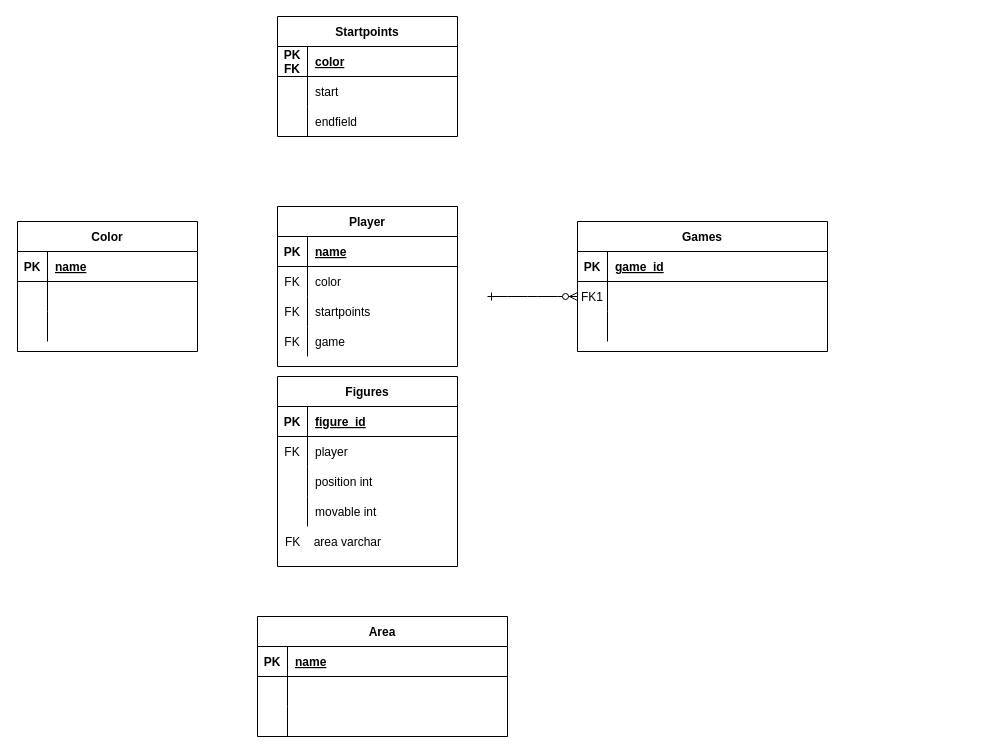
Before: ERM.drawio in Derpzz/SPE-MAD, a draw.io diagram. Source tidied: cells renumbered, new cells numbered last; positions are measured from the earlier drawing's top-left corner, leaving out a move shared by most shapes. Both pictures are drawn from the tidied source at 100%, with x=0, y=0 at pixel (17, 16).
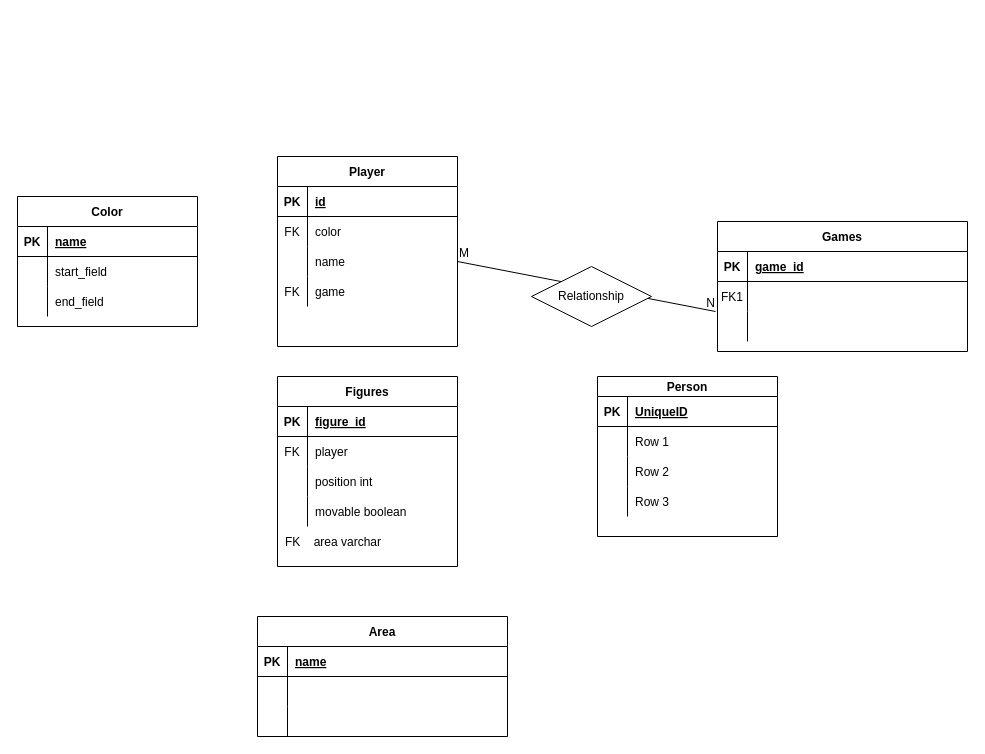
The same diagram, later.

The change refers to these unchanged cells:
```xml
<mxCell id="7" style="shape=partialRectangle;fillColor=none;points=[[0,0.5],[1,0.5]];portConstraint=eastwest;top=0;left=0;right=0;bottom=0;" parent="3" vertex="1">
  <mxGeometry y="60" width="250" height="30" as="geometry" />
</mxCell>
<mxCell id="10" style="shape=partialRectangle;fillColor=none;points=[[0,0.5],[1,0.5]];portConstraint=eastwest;top=0;left=0;right=0;bottom=0;" parent="3" vertex="1">
  <mxGeometry y="90" width="250" height="30" as="geometry" />
</mxCell>
<mxCell id="24" style="shape=tableRow;horizontal=0;startSize=0;swimlaneHead=0;swimlaneBody=0;fillColor=none;top=0;left=0;right=0;bottom=1;" parent="23" vertex="1">
  <mxGeometry y="30" width="180" height="30" as="geometry" />
</mxCell>
<mxCell id="30" style="shape=tableRow;horizontal=0;startSize=0;swimlaneHead=0;swimlaneBody=0;fillColor=none;points=[[0,0.5],[1,0.5]];portConstraint=eastwest;top=0;left=0;right=0;bottom=0;" parent="23" vertex="1">
  <mxGeometry y="90" width="180" height="30" as="geometry" />
</mxCell>
<mxCell id="40" style="shape=tableRow;horizontal=0;startSize=0;swimlaneHead=0;swimlaneBody=0;fillColor=none;top=0;left=0;right=0;bottom=0;" parent="36" vertex="1">
  <mxGeometry y="60" width="180" height="30" as="geometry" />
</mxCell>
<mxCell id="43" style="shape=tableRow;horizontal=0;startSize=0;swimlaneHead=0;swimlaneBody=0;fillColor=none;top=0;left=0;right=0;bottom=0;" parent="36" vertex="1">
  <mxGeometry y="90" width="180" height="30" as="geometry" />
</mxCell>
<mxCell id="67" style="shape=tableRow;horizontal=0;startSize=0;swimlaneHead=0;swimlaneBody=0;fillColor=none;top=0;left=0;right=0;bottom=0;" parent="57" vertex="1">
  <mxGeometry y="120" width="180" height="30" as="geometry" />
</mxCell>
```

Diff of the diagram source:
```diff
@@
-    <mxCell id="2" style="edgeStyle=entityRelationEdgeStyle;endArrow=ERzeroToMany;startArrow=ERone;endFill=1;startFill=0;" parent="1" edge="1" target="7">
-      <mxGeometry relative="1" as="geometry">
-        <mxPoint x="470" y="280" as="sourcePoint" />
-      </mxGeometry>
-    </mxCell>
     <mxCell id="3" value="Games" style="shape=table;startSize=30;childLayout=tableLayout;rowLines=0;fontStyle=1;align=center;" parent="1" vertex="1">
-      <mxGeometry x="560" y="205" width="250" height="130" as="geometry" />
+      <mxGeometry x="700" y="205" width="250" height="130" as="geometry" />
     </mxCell>
@@
     <mxCell id="23" value="Player" style="shape=table;startSize=30;childLayout=tableLayout;rowLines=0;fontStyle=1;align=center;" parent="1" vertex="1">
-      <mxGeometry x="260" y="190" width="180" height="160" as="geometry" />
+      <mxGeometry x="260" y="140" width="180" height="190" as="geometry" />
     </mxCell>
@@
-    <mxCell id="26" value="name" style="shape=partialRectangle;fillColor=none;top=0;left=0;bottom=0;right=0;align=left;spacingLeft=6;fontStyle=5;overflow=hidden;" parent="24" vertex="1">
+    <mxCell id="26" value="id" style="shape=partialRectangle;fillColor=none;top=0;left=0;bottom=0;right=0;align=left;spacingLeft=6;fontStyle=5;overflow=hidden;" parent="24" vertex="1">
       <mxGeometry x="30" width="150" height="30" as="geometry" />
     </mxCell>
@@
-    <mxCell id="31" value="FK" style="shape=partialRectangle;fillColor=none;top=0;left=0;bottom=0;right=0;overflow=hidden;" parent="30" vertex="1">
+    <mxCell id="31" style="shape=partialRectangle;fillColor=none;top=0;left=0;bottom=0;right=0;overflow=hidden;" parent="30" vertex="1">
       <mxGeometry width="30" height="30" as="geometry" />
     </mxCell>
-    <mxCell id="32" value="startpoints" style="shape=partialRectangle;fillColor=none;top=0;left=0;bottom=0;right=0;align=left;spacingLeft=6;overflow=hidden;" parent="30" vertex="1">
+    <mxCell id="32" value="name" style="shape=partialRectangle;fillColor=none;top=0;left=0;bottom=0;right=0;align=left;spacingLeft=6;overflow=hidden;" parent="30" vertex="1">
       <mxGeometry x="30" width="150" height="30" as="geometry" />
     </mxCell>
@@
     <mxCell id="36" value="Color" style="shape=table;startSize=30;childLayout=tableLayout;rowLines=0;fontStyle=1;align=center;" parent="1" vertex="1">
-      <mxGeometry y="205" width="180" height="130" as="geometry" />
+      <mxGeometry y="180" width="180" height="130" as="geometry" />
     </mxCell>
@@
-    <mxCell id="42" style="shape=partialRectangle;fillColor=none;top=0;left=0;bottom=0;right=0;align=left;spacingLeft=6;overflow=hidden;" parent="40" vertex="1">
+    <mxCell id="42" value="start_field" style="shape=partialRectangle;fillColor=none;top=0;left=0;bottom=0;right=0;align=left;spacingLeft=6;overflow=hidden;" parent="40" vertex="1">
       <mxGeometry x="30" width="150" height="30" as="geometry" />
     </mxCell>
@@
-    <mxCell id="45" style="shape=partialRectangle;fillColor=none;top=0;left=0;bottom=0;right=0;align=left;spacingLeft=6;overflow=hidden;" parent="43" vertex="1">
+    <mxCell id="45" value="end_field" style="shape=partialRectangle;fillColor=none;top=0;left=0;bottom=0;right=0;align=left;spacingLeft=6;overflow=hidden;" parent="43" vertex="1">
       <mxGeometry x="30" width="150" height="30" as="geometry" />
     </mxCell>
-    <mxCell id="46" value="Startpoints" style="shape=table;startSize=30;childLayout=tableLayout;rowLines=0;fontStyle=1;align=center;" parent="1" vertex="1">
-      <mxGeometry x="260" width="180" height="120" as="geometry" />
-    </mxCell>
-    <mxCell id="47" style="shape=tableRow;horizontal=0;startSize=0;swimlaneHead=0;swimlaneBody=0;fillColor=none;top=0;left=0;right=0;bottom=1;" parent="46" vertex="1">
-      <mxGeometry y="30" width="180" height="30" as="geometry" />
-    </mxCell>
-    <mxCell id="48" value="PK&#10;FK" style="shape=partialRectangle;fillColor=none;top=0;left=0;bottom=0;right=0;fontStyle=1;overflow=hidden;" parent="47" vertex="1">
-      <mxGeometry width="30" height="30" as="geometry" />
-    </mxCell>
-    <mxCell id="49" value="color" style="shape=partialRectangle;fillColor=none;top=0;left=0;bottom=0;right=0;align=left;spacingLeft=6;fontStyle=5;overflow=hidden;" parent="47" vertex="1">
-      <mxGeometry x="30" width="150" height="30" as="geometry" />
-    </mxCell>
-    <mxCell id="50" style="shape=tableRow;horizontal=0;startSize=0;swimlaneHead=0;swimlaneBody=0;fillColor=none;top=0;left=0;right=0;bottom=0;" parent="46" vertex="1">
-      <mxGeometry y="60" width="180" height="30" as="geometry" />
-    </mxCell>
-    <mxCell id="51" style="shape=partialRectangle;fillColor=none;top=0;left=0;bottom=0;right=0;overflow=hidden;" parent="50" vertex="1">
-      <mxGeometry width="30" height="30" as="geometry" />
-    </mxCell>
-    <mxCell id="52" value="start" style="shape=partialRectangle;fillColor=none;top=0;left=0;bottom=0;right=0;align=left;spacingLeft=6;overflow=hidden;" parent="50" vertex="1">
-      <mxGeometry x="30" width="150" height="30" as="geometry" />
-    </mxCell>
-    <mxCell id="53" style="shape=tableRow;horizontal=0;startSize=0;swimlaneHead=0;swimlaneBody=0;fillColor=none;top=0;left=0;right=0;bottom=0;" parent="46" vertex="1">
-      <mxGeometry y="90" width="180" height="30" as="geometry" />
-    </mxCell>
-    <mxCell id="54" style="shape=partialRectangle;fillColor=none;top=0;left=0;bottom=0;right=0;overflow=hidden;" parent="53" vertex="1">
-      <mxGeometry width="30" height="30" as="geometry" />
-    </mxCell>
-    <mxCell id="55" value="endfield" style="shape=partialRectangle;fillColor=none;top=0;left=0;bottom=0;right=0;align=left;spacingLeft=6;overflow=hidden;" parent="53" vertex="1">
-      <mxGeometry x="30" width="150" height="30" as="geometry" />
-    </mxCell>
@@
-    <mxCell id="69" value="movable int" style="shape=partialRectangle;fillColor=none;top=0;left=0;bottom=0;right=0;align=left;spacingLeft=6;overflow=hidden;" parent="67" vertex="1">
+    <mxCell id="69" value="movable boolean" style="shape=partialRectangle;fillColor=none;top=0;left=0;bottom=0;right=0;align=left;spacingLeft=6;overflow=hidden;" parent="67" vertex="1">
       <mxGeometry x="30" width="150" height="30" as="geometry" />
     </mxCell>
+    <mxCell id="70" style="endArrow=none;html=1;rounded=0;exitX=1;exitY=0.5;exitDx=0;exitDy=0;entryX=-0.008;entryY=0;entryDx=0;entryDy=0;entryPerimeter=0;" parent="1" edge="1" source="30" target="10">
+      <mxGeometry relative="1" as="geometry" />
+    </mxCell>
+    <mxCell id="71" value="M" style="html=1;align=left;verticalAlign=bottom;" parent="70" vertex="1">
+      <mxGeometry x="-1" relative="1" as="geometry" />
+    </mxCell>
+    <mxCell id="72" value="N" style="html=1;align=right;verticalAlign=bottom;" parent="70" vertex="1">
+      <mxGeometry x="1" relative="1" as="geometry" />
+    </mxCell>
+    <mxCell id="73" value="Relationship" style="shape=rhombus;perimeter=rhombusPerimeter;whiteSpace=wrap;html=1;align=center;" parent="1" vertex="1">
+      <mxGeometry x="514" y="250" width="120" height="60" as="geometry" />
+    </mxCell>
+    <mxCell id="74" value="Person" style="shape=table;startSize=20;childLayout=tableLayout;rowLines=0;fontStyle=1;align=center;" parent="1" vertex="1">
+      <mxGeometry x="580" y="360" width="180" height="160" as="geometry" />
+    </mxCell>
+    <mxCell id="75" style="shape=tableRow;horizontal=0;startSize=0;swimlaneHead=0;swimlaneBody=0;fillColor=none;top=0;left=0;right=0;bottom=1;" parent="74" vertex="1">
+      <mxGeometry y="20" width="180" height="30" as="geometry" />
+    </mxCell>
+    <mxCell id="76" value="PK" style="shape=partialRectangle;fillColor=none;top=0;left=0;bottom=0;right=0;fontStyle=1;overflow=hidden;" parent="75" vertex="1">
+      <mxGeometry width="30" height="30" as="geometry" />
+    </mxCell>
+    <mxCell id="77" value="UniqueID" style="shape=partialRectangle;fillColor=none;top=0;left=0;bottom=0;right=0;align=left;spacingLeft=6;fontStyle=5;overflow=hidden;" parent="75" vertex="1">
+      <mxGeometry x="30" width="150" height="30" as="geometry" />
+    </mxCell>
+    <mxCell id="78" style="shape=tableRow;horizontal=0;startSize=0;swimlaneHead=0;swimlaneBody=0;fillColor=none;top=0;left=0;right=0;bottom=0;" parent="74" vertex="1">
+      <mxGeometry y="50" width="180" height="30" as="geometry" />
+    </mxCell>
+    <mxCell id="79" style="shape=partialRectangle;fillColor=none;top=0;left=0;bottom=0;right=0;overflow=hidden;" parent="78" vertex="1">
+      <mxGeometry width="30" height="30" as="geometry" />
+    </mxCell>
+    <mxCell id="80" value="Row 1" style="shape=partialRectangle;fillColor=none;top=0;left=0;bottom=0;right=0;align=left;spacingLeft=6;overflow=hidden;" parent="78" vertex="1">
+      <mxGeometry x="30" width="150" height="30" as="geometry" />
+    </mxCell>
+    <mxCell id="81" style="shape=tableRow;horizontal=0;startSize=0;swimlaneHead=0;swimlaneBody=0;fillColor=none;top=0;left=0;right=0;bottom=0;" parent="74" vertex="1">
+      <mxGeometry y="80" width="180" height="30" as="geometry" />
+    </mxCell>
+    <mxCell id="82" style="shape=partialRectangle;fillColor=none;top=0;left=0;bottom=0;right=0;overflow=hidden;" parent="81" vertex="1">
+      <mxGeometry width="30" height="30" as="geometry" />
+    </mxCell>
+    <mxCell id="83" value="Row 2" style="shape=partialRectangle;fillColor=none;top=0;left=0;bottom=0;right=0;align=left;spacingLeft=6;overflow=hidden;" parent="81" vertex="1">
+      <mxGeometry x="30" width="150" height="30" as="geometry" />
+    </mxCell>
+    <mxCell id="84" style="shape=tableRow;horizontal=0;startSize=0;swimlaneHead=0;swimlaneBody=0;fillColor=none;top=0;left=0;right=0;bottom=0;" parent="74" vertex="1">
+      <mxGeometry y="110" width="180" height="30" as="geometry" />
+    </mxCell>
+    <mxCell id="85" style="shape=partialRectangle;fillColor=none;top=0;left=0;bottom=0;right=0;overflow=hidden;" parent="84" vertex="1">
+      <mxGeometry width="30" height="30" as="geometry" />
+    </mxCell>
+    <mxCell id="86" value="Row 3" style="shape=partialRectangle;fillColor=none;top=0;left=0;bottom=0;right=0;align=left;spacingLeft=6;overflow=hidden;" parent="84" vertex="1">
+      <mxGeometry x="30" width="150" height="30" as="geometry" />
+    </mxCell>
```
